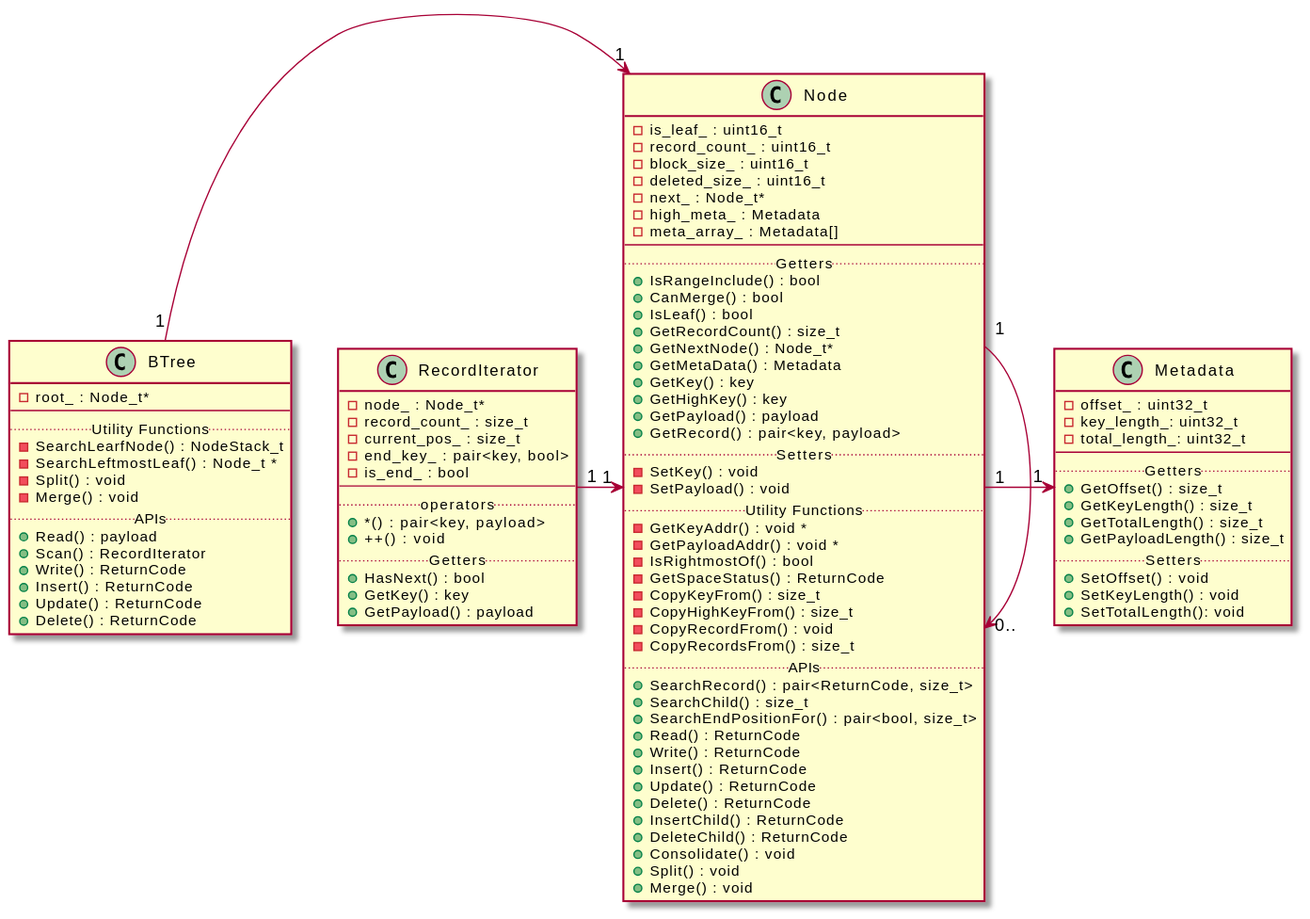
This is design_doc/figures/b_tree_class.svg from dbgroup-nagoya-u/b-tree, a PlantUML export, as it was before one commit.
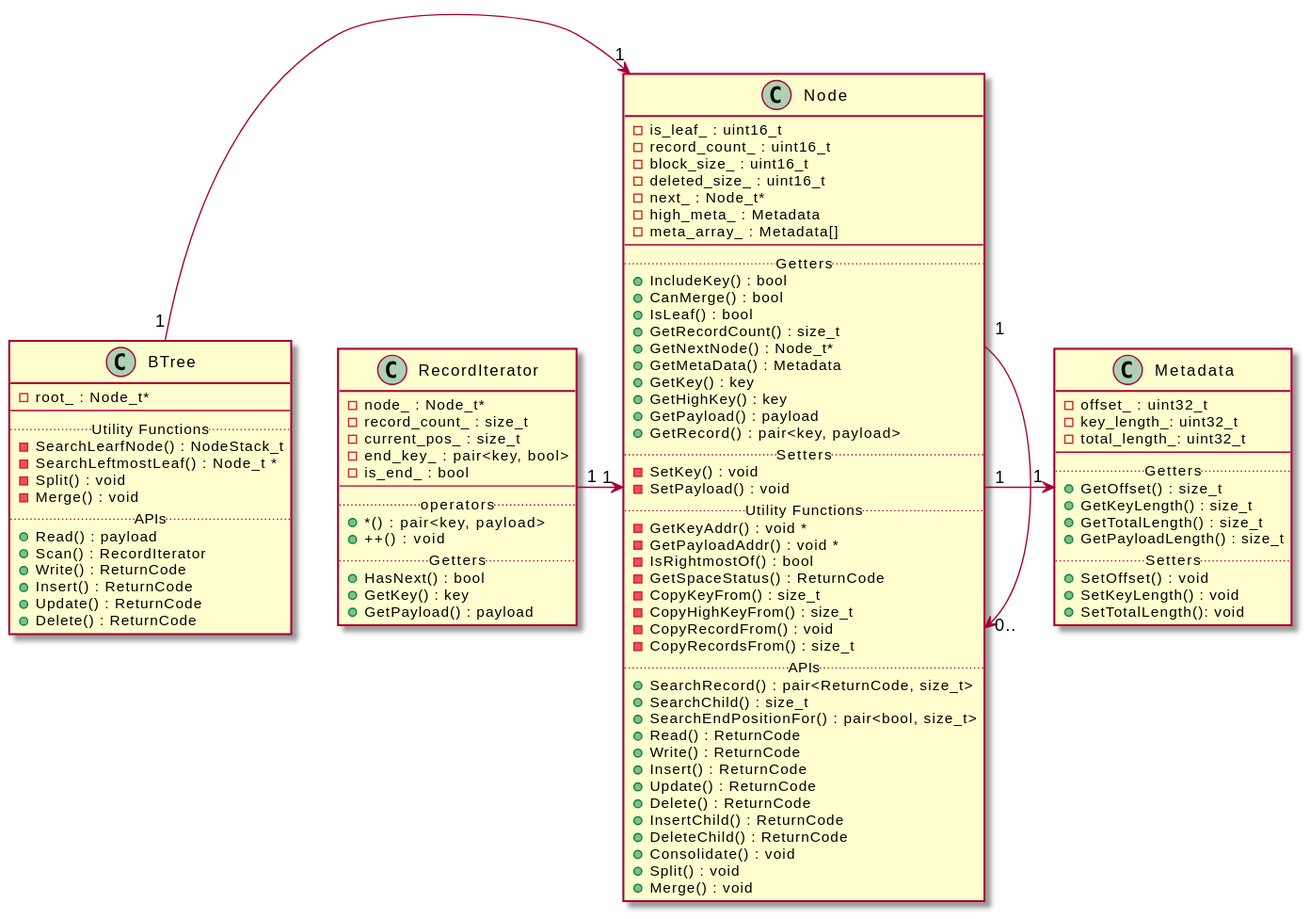
The same file after the commit.

The edit, as a diff of the source:
```diff
@@ -27,7 +27,7 @@
   -meta_array_ : Metadata[]
 --
 .. Getters ..
-  +IsRangeInclude() : bool
+  +IncludeKey() : bool
   +CanMerge() : bool
   +IsLeaf() : bool
   +GetRecordCount() : size_t
```
